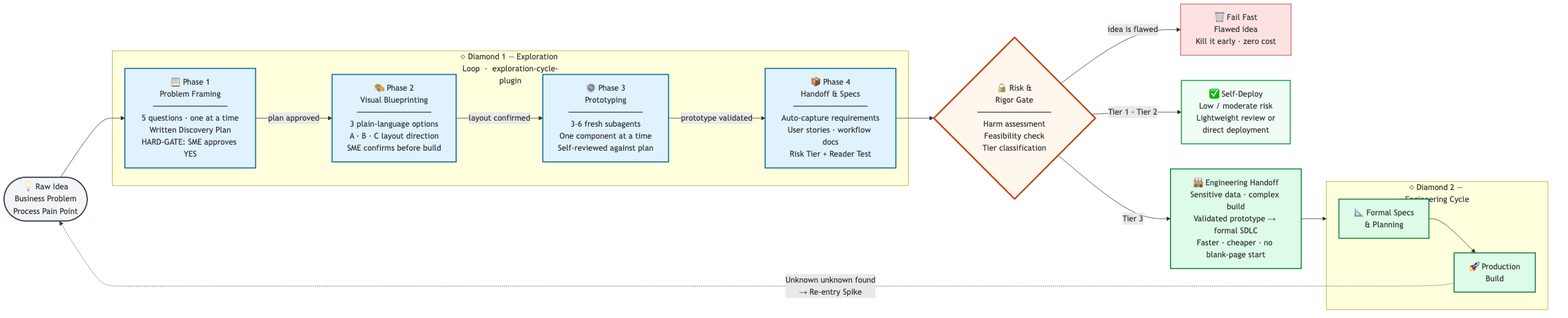
This is plugins/exploration-cycle-plugin/assets/diagrams/high-level-process.png from richfrem/agent-plugins-skills, a Mermaid export, as it was before one commit. Its source is kept beside it as plugins/exploration-cycle-plugin/assets/diagrams/high-level-process.mmd. The source it was exported from:
```mermaid
flowchart LR
    Start(["💡 Raw Idea<BR>Business Problem<BR>Process Pain Point"])

    subgraph Diamond1 ["◇ Diamond 1 — Exploration Loop  ·  exploration-cycle-plugin"]
        direction LR

        P1["📋 Phase 1<BR>Problem Framing<BR>─────────────<BR>5 questions · one at a time<BR>Written Discovery Plan<BR>HARD-GATE: SME approves YES"]

        P2["🎨 Phase 2<BR>Visual Blueprinting<BR>─────────────<BR>3 plain-language options<BR>A · B · C layout direction<BR>SME confirms before build"]

        P3["⚙️ Phase 3<BR>Prototyping<BR>─────────────<BR>3–6 fresh subagents<BR>One component at a time<BR>Self-reviewed against plan"]

        P4["📦 Phase 4<BR>Handoff & Specs<BR>─────────────<BR>Auto-capture requirements<BR>User stories · workflow docs<BR>Risk Tier + Reader Test"]

        P1 -->|"plan approved"| P2
        P2 -->|"layout confirmed"| P3
        P3 -->|"prototype validated"| P4
    end

    Gate{"🔒 Risk &<BR>Rigor Gate<BR>─────────────<BR>Harm assessment<BR>Feasibility check<BR>Tier classification"}

    T0["🗑️ Fail Fast<BR>Flawed idea<BR>Kill it early · zero cost"]
    T1["✅ Self-Deploy<BR>Low / moderate risk<BR>Lightweight review or<BR>direct deployment"]
    T3["🏭 Engineering Handoff<BR>Sensitive data · complex build<BR>Validated prototype → formal SDLC<BR>Faster · cheaper · no blank-page start"]

    subgraph Diamond2 ["◇ Diamond 2 — Engineering Cycle"]
        direction LR
        E1["📐 Formal Specs<BR>& Planning"] --> E2["🚀 Production<BR>Build"]
    end

    Start --> P1
    P4 --> Gate
    Gate -->|"idea is flawed"| T0
    Gate -->|"Tier 1 · Tier 2"| T1
    Gate -->|"Tier 3"| T3
    T3 --> Diamond2

    E2 -.->|"Unknown unknown found<BR>→ Re-entry Spike"| Start

    classDef trigger fill:#f3f4f6,stroke:#374151,stroke-width:2px
    classDef explore fill:#e0f2fe,stroke:#0369a1,stroke-width:2px
    classDef gate fill:#fff7ed,stroke:#c2410c,stroke-width:3px
    classDef deploy fill:#f0fdf4,stroke:#16a34a,stroke-width:2px
    classDef execute fill:#dcfce7,stroke:#15803d,stroke-width:2px
    classDef dead fill:#fee2e2,stroke:#b91c1c,stroke-width:1px

    class Start trigger
    class P1,P2,P3,P4 explore
    class Gate gate
    class T1 deploy
    class T3,E1,E2 execute
    class T0 dead
```
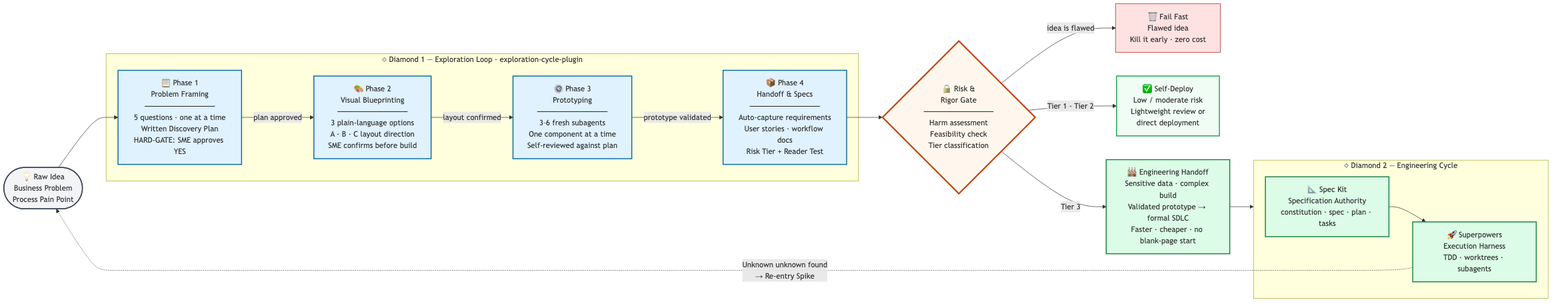
Later version of the same file.

Commit message:
docs(diagrams): update architecture diagrams to reflect Spec Kit & Superpowers integration

- Refined high-level-process.mmd & vibe-rescue-workflow.mmd to include validator gates and three-tier Spec Kit/Superpowers output mapping
- Re-rendered and verified high-level-process.png using scale=3 high-resolution conversion engine

The edit, as a diff of the source:
```diff
@@ -25,7 +25,7 @@
 
     subgraph Diamond2 ["◇ Diamond 2 — Engineering Cycle"]
         direction LR
-        E1["📐 Formal Specs<BR>& Planning"] --> E2["🚀 Production<BR>Build"]
+        E1["📐 Spec Kit<BR>Specification Authority<BR>constitution · spec · plan · tasks"] --> E2["🚀 Superpowers<BR>Execution Harness<BR>TDD · worktrees · subagents"]
     end
 
     Start --> P1
```
